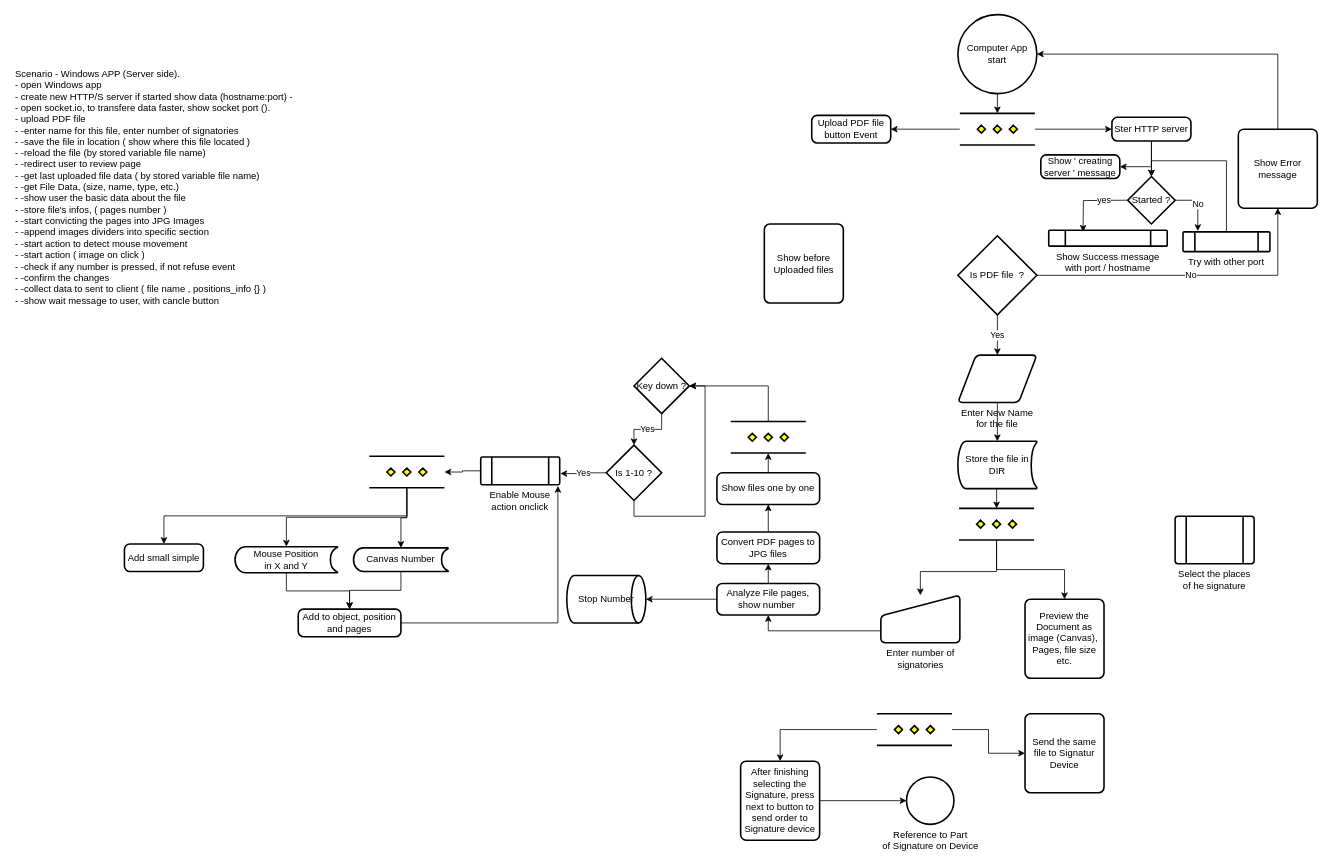
Above: page "main structure" (1 of 2) of UML Design/main.drawio in ahmadtechnik/signatureSystem (draw.io), before the change. Source tidied: cells renumbered, new cells numbered last; positions are measured from the earlier drawing's top-left corner, leaving out a move shared by most shapes. Both pictures are drawn from the tidied source at 79%, with x=0, y=0 at pixel (13, 14).
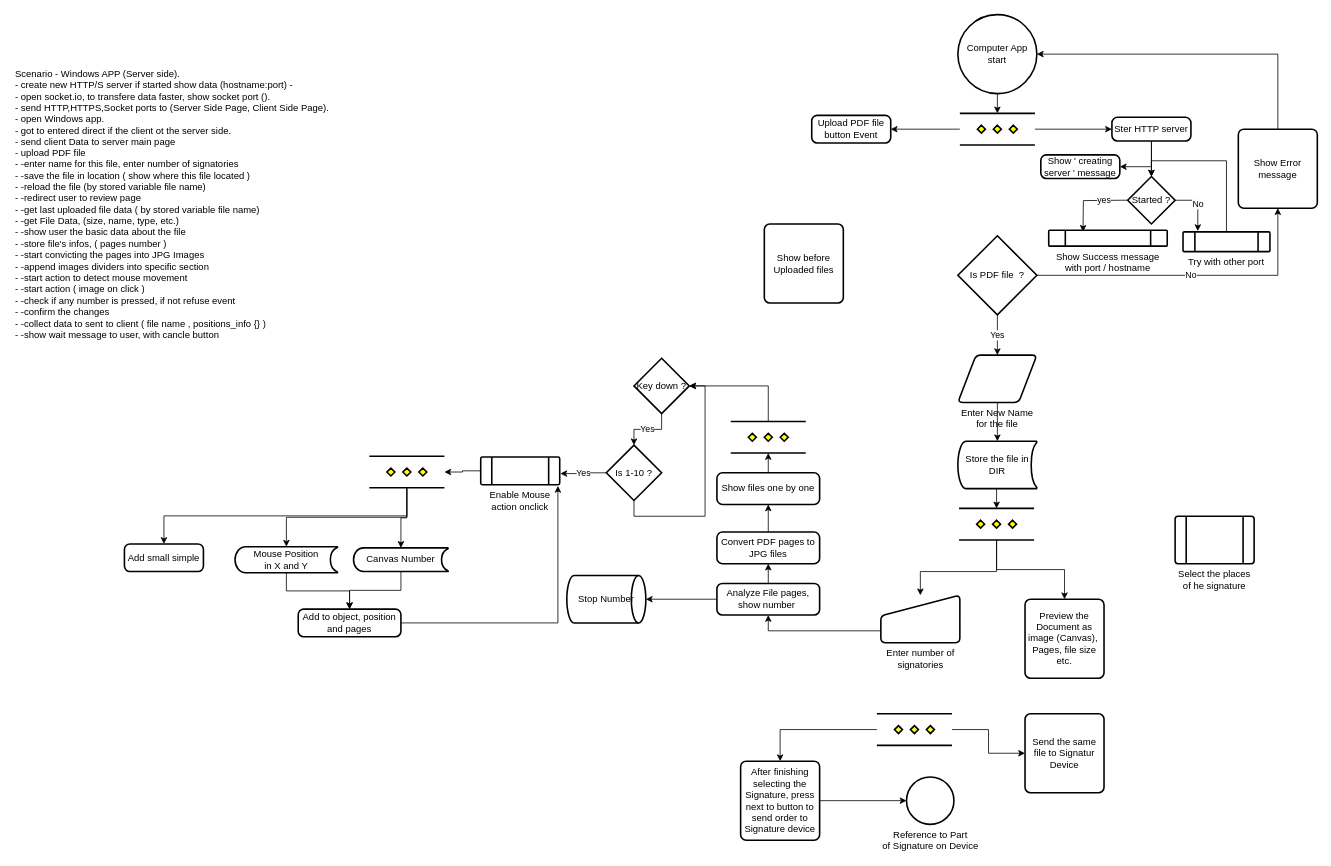
After the change.

Commit message (it also covers changes not shown here):
create upload file filter, write some action for it, link main js file to home page

The edit, as a diff of the source:
```diff
@@
-    <mxCell id="70" value="Scenario - Windows APP (Server side).&lt;br&gt;- open Windows app&lt;br&gt;- create new HTTP/S server if started show data (hostname:port) -&lt;br&gt;- open socket.io, to transfere data faster, show socket port ().&lt;br&gt;- upload PDF file&lt;br&gt;- -enter name for this file, enter number of signatories&lt;br&gt;- -save the file in location ( show where this file located )&lt;br&gt;- -reload the file (by stored variable file name)&lt;br&gt;- -redirect user to review page&lt;br&gt;- -get last uploaded file data ( by stored variable file name)&amp;nbsp;&lt;br&gt;- -get File Data, (size, name, type, etc.)&lt;br&gt;- -show user the basic data about the file&lt;br&gt;- -store file's infos, ( pages number )&lt;br&gt;- -start convicting the pages into JPG Images&lt;br&gt;- -append images dividers into specific section&lt;br&gt;- -start action to detect mouse movement&lt;br&gt;- -start action ( image on click )&lt;br&gt;- -check if any number is pressed, if not refuse event&lt;br&gt;- -confirm the changes&lt;br&gt;- -collect data to sent to client ( file name , positions_info {} )&lt;br&gt;- -show wait message to user, with cancle button&lt;br&gt;" style="text;html=1;align=left;verticalAlign=top;spacingTop=-4;" parent="1" vertex="1">
-      <mxGeometry y="65" width="370" height="300" as="geometry" />
+    <mxCell id="70" value="Scenario - Windows APP (Server side).&lt;br&gt;- create new HTTP/S server if started show data (hostname:port) -&lt;br&gt;- open socket.io, to transfere data faster, show socket port ().&lt;br&gt;- send HTTP,HTTPS,Socket ports to (Server Side Page, Client Side Page).&lt;br&gt;- open Windows app.&lt;br&gt;- got to entered direct if the client ot the server side.&lt;br&gt;- send client Data to server main page&lt;br&gt;- upload PDF file&lt;br&gt;- -enter name for this file, enter number of signatories&lt;br&gt;- -save the file in location ( show where this file located )&lt;br&gt;- -reload the file (by stored variable file name)&lt;br&gt;- -redirect user to review page&lt;br&gt;- -get last uploaded file data ( by stored variable file name)&amp;nbsp;&lt;br&gt;- -get File Data, (size, name, type, etc.)&lt;br&gt;- -show user the basic data about the file&lt;br&gt;- -store file's infos, ( pages number )&lt;br&gt;- -start convicting the pages into JPG Images&lt;br&gt;- -append images dividers into specific section&lt;br&gt;- -start action to detect mouse movement&lt;br&gt;- -start action ( image on click )&lt;br&gt;- -check if any number is pressed, if not refuse event&lt;br&gt;- -confirm the changes&lt;br&gt;- -collect data to sent to client ( file name , positions_info {} )&lt;br&gt;- -show wait message to user, with cancle button&lt;br&gt;" style="text;html=1;align=left;verticalAlign=top;spacingTop=-4;" parent="1" vertex="1">
+      <mxGeometry y="65" width="410" height="340" as="geometry" />
     </mxCell>
```
